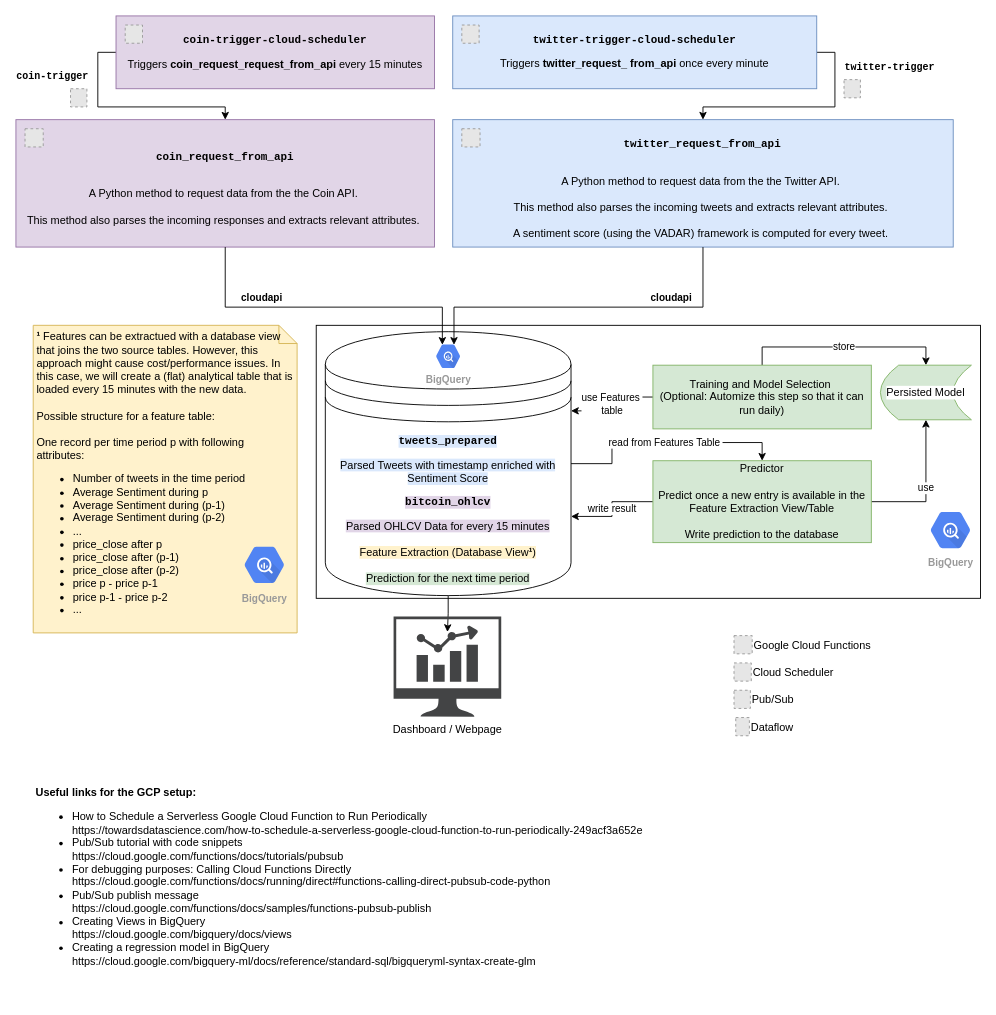
The draw.io diagram page "All in one" (1 of 6) of documentation/DataFlow.drawio in ptgrigorov27/TheMask, before the edit. Source tidied: cells renumbered, new cells numbered last; positions are measured from the earlier drawing's top-left corner, leaving out a move shared by most shapes. Both pictures are drawn from the tidied source at 91%, with x=0, y=0 at pixel (15, 15). Pictures stored in the file or linked from it are replaced by grey dashed boxes.
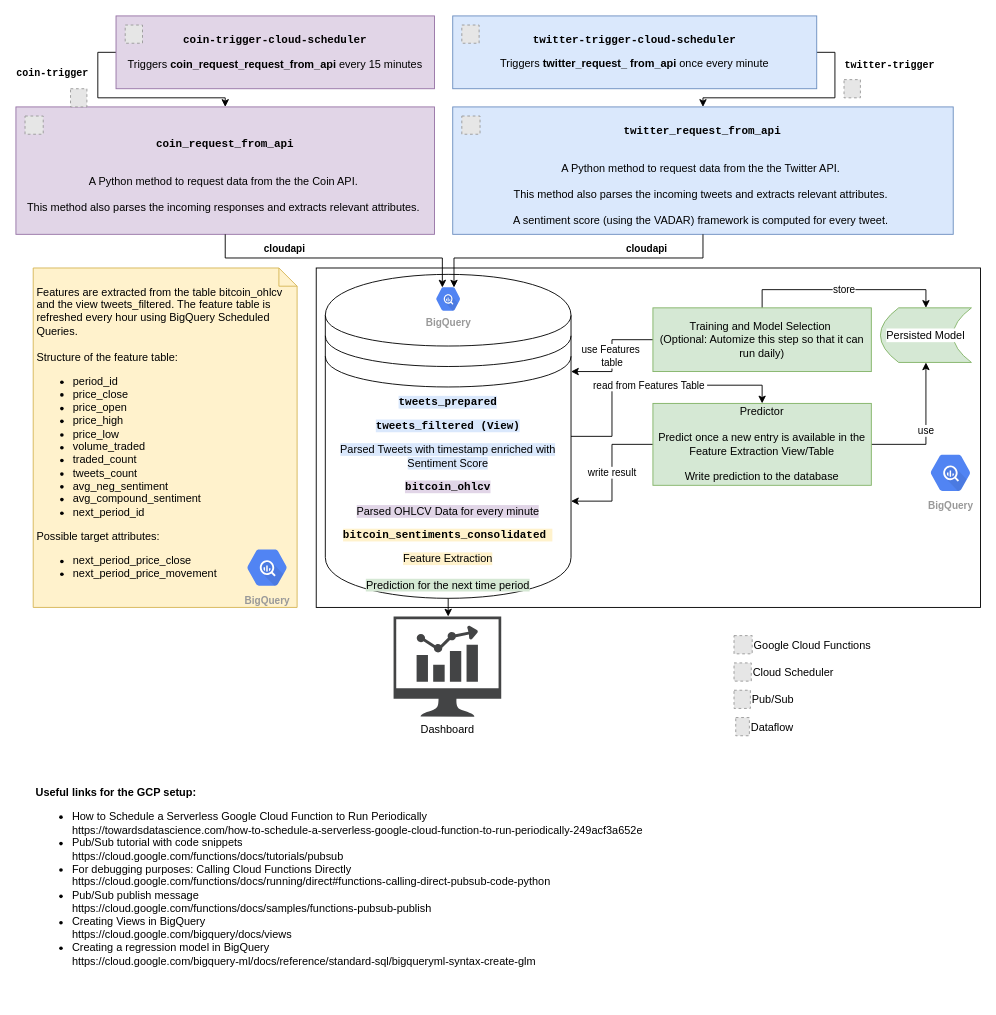
After the change.

The change refers to these unchanged cells:
```xml
<mxCell id="9" value="&lt;pre&gt;&lt;b&gt;coin-trigger-cloud-scheduler&lt;/b&gt;&lt;/pre&gt;&lt;p&gt;Triggers&amp;nbsp;&lt;b&gt;coin_&lt;/b&gt;&lt;b&gt;request_&lt;/b&gt;&lt;b&gt;request_&lt;/b&gt;&lt;b style=&quot;font-family: &amp;#34;helvetica&amp;#34;&quot;&gt;from_api &lt;/b&gt;&lt;span style=&quot;font-family: &amp;#34;helvetica&amp;#34;&quot;&gt;every 15 minutes&lt;/span&gt;&lt;/p&gt;&lt;p&gt;&lt;/p&gt;" style="rounded=0;whiteSpace=wrap;html=1;fillColor=#e1d5e7;strokeColor=#9673a6;" parent="1" vertex="1">
  <mxGeometry x="110" width="350" height="80" as="geometry" />
</mxCell>
<mxCell id="32" value="&lt;pre&gt;&lt;pre&gt;&lt;b&gt;twitter-trigger-cloud-scheduler&lt;/b&gt;&lt;/pre&gt;&lt;span style=&quot;font-family: &amp;#34;helvetica&amp;#34;&quot;&gt;Triggers&amp;nbsp;&lt;/span&gt;&lt;b style=&quot;font-family: &amp;#34;helvetica&amp;#34;&quot;&gt;twitter_&lt;/b&gt;&lt;b style=&quot;font-family: &amp;#34;helvetica&amp;#34;&quot;&gt;request_&amp;nbsp;&lt;/b&gt;&lt;b style=&quot;font-family: &amp;#34;helvetica&amp;#34;&quot;&gt;from_api&amp;nbsp;&lt;/b&gt;&lt;span style=&quot;font-family: &amp;#34;helvetica&amp;#34;&quot;&gt;once every minute&lt;/span&gt;&lt;br&gt;&lt;/pre&gt;&lt;p&gt;&lt;/p&gt;" style="rounded=0;whiteSpace=wrap;html=1;fillColor=#dae8fc;strokeColor=#6c8ebf;" parent="1" vertex="1">
  <mxGeometry x="480" width="400" height="80" as="geometry" />
</mxCell>
```

Change to the diagram source:
```diff
@@
     <mxCell id="2" style="rounded=0;whiteSpace=wrap;html=1;" parent="1" vertex="1">
-      <mxGeometry x="330" y="340" width="730" height="300" as="geometry" />
+      <mxGeometry x="330" y="277" width="730" height="373" as="geometry" />
     </mxCell>
@@
     <mxCell id="4" style="edgeStyle=orthogonalEdgeStyle;rounded=0;jettySize=auto;html=1;exitX=0.5;exitY=1;exitDx=0;exitDy=0;fontColor=#000000;" parent="1" edge="1" source="5">
       <mxGeometry relative="1" as="geometry">
-        <mxPoint x="474.2" y="677" as="targetPoint" />
+        <mxPoint x="474.2" y="614" as="targetPoint" />
       </mxGeometry>
     </mxCell>
+    <mxCell id="38" style="edgeStyle=orthogonalEdgeStyle;rounded=0;jettySize=auto;html=1;exitX=0.5;exitY=1;exitDx=0;exitDy=0;" parent="1" edge="1" source="5" target="20">
+      <mxGeometry relative="1" as="geometry" />
+    </mxCell>
-    <mxCell id="5" value="&lt;pre&gt;&lt;span style=&quot;background-color: rgb(218 , 232 , 252)&quot;&gt;&lt;b&gt;tweets_prepared&lt;/b&gt;&lt;/span&gt;&lt;/pre&gt;&lt;span style=&quot;background-color: rgb(218 , 232 , 252)&quot;&gt;Parsed Tweets with timestamp enriched with Sentiment Score&lt;/span&gt;&lt;span style=&quot;background-color: rgb(225 , 213 , 231)&quot;&gt;&lt;br&gt;&lt;/span&gt;&lt;pre&gt;&lt;span style=&quot;background-color: rgb(225 , 213 , 231)&quot;&gt;&lt;b&gt;bitcoin_ohlcv&lt;/b&gt;&lt;/span&gt;&lt;/pre&gt;&lt;span style=&quot;background-color: rgb(225 , 213 , 231)&quot;&gt;Parsed OHLCV Data for every 15 minutes&lt;br&gt;&lt;/span&gt;&lt;br&gt;&lt;font style=&quot;background-color: rgb(255 , 242 , 204)&quot;&gt;Feature Extraction (Database View&lt;b&gt;¹&lt;/b&gt;)&lt;br&gt;&lt;/font&gt;&lt;br&gt;&lt;span style=&quot;background-color: rgb(213 , 232 , 212)&quot;&gt;Prediction for the next time period&lt;/span&gt;" style="shape=datastore;whiteSpace=wrap;html=1;" parent="1" vertex="1">
-      <mxGeometry x="340" y="347" width="270" height="290" as="geometry" />
+    <mxCell id="5" value="&lt;pre&gt;&lt;pre&gt;&lt;span style=&quot;background-color: rgb(218 , 232 , 252)&quot;&gt;&lt;b&gt;tweets_prepared&lt;/b&gt;&lt;/span&gt;&lt;/pre&gt;&lt;span style=&quot;background-color: rgb(218 , 232 , 252)&quot;&gt;&lt;b&gt;tweets_filtered (View)&lt;/b&gt;&lt;/span&gt;&lt;/pre&gt;&lt;span style=&quot;background-color: rgb(218 , 232 , 252)&quot;&gt;Parsed Tweets with timestamp enriched with Sentiment Score&lt;/span&gt;&lt;span style=&quot;background-color: rgb(225 , 213 , 231)&quot;&gt;&lt;br&gt;&lt;/span&gt;&lt;pre&gt;&lt;span style=&quot;background-color: rgb(225 , 213 , 231)&quot;&gt;&lt;b&gt;bitcoin_ohlcv&lt;/b&gt;&lt;/span&gt;&lt;/pre&gt;&lt;span style=&quot;background-color: rgb(225 , 213 , 231)&quot;&gt;Parsed OHLCV Data for every minute&lt;/span&gt;&lt;font style=&quot;background-color: rgb(255 , 242 , 204)&quot;&gt;&lt;br&gt;&lt;/font&gt;&lt;pre&gt;&lt;font style=&quot;background-color: rgb(255 , 242 , 204)&quot;&gt;&lt;span class=&quot;cfc-tree-template-entry ng-tns-c981-41&quot;&gt;&lt;span class=&quot;cfc-tree-projected-content ng-tns-c981-41&quot;&gt;&lt;span class=&quot;cfc-truncated-text cfc-flex-grow-content cfc-font-weight-bold resource-tree-row-content ace-tooltip-disable-user-select-on-touch-device&quot;&gt;&lt;b&gt;bitcoin_sentiments_consolidated&lt;/b&gt;&amp;nbsp;&lt;/span&gt;&lt;/span&gt;&lt;/span&gt;&lt;/font&gt;&lt;/pre&gt;&lt;font style=&quot;background-color: rgb(255 , 242 , 204)&quot;&gt;Feature Extraction&lt;br&gt;&lt;/font&gt;&lt;br&gt;&lt;span style=&quot;background-color: rgb(213 , 232 , 212)&quot;&gt;Prediction for the next time period&lt;/span&gt;" style="shape=datastore;whiteSpace=wrap;html=1;" parent="1" vertex="1">
+      <mxGeometry x="340" y="284" width="270" height="356" as="geometry" />
     </mxCell>
     <mxCell id="6" value="&lt;pre&gt;&lt;b&gt;coin_request_from_api&lt;/b&gt;&lt;/pre&gt;&lt;br&gt;A Python method to request data from the the Coin API.&amp;nbsp;&lt;br&gt;&lt;br&gt;This method also parses the incoming responses and extracts relevant attributes.&amp;nbsp;" style="rounded=0;whiteSpace=wrap;html=1;fillColor=#e1d5e7;strokeColor=#9673a6;spacingLeft=8;spacingRight=8;" parent="1" vertex="1">
-      <mxGeometry y="114" width="460" height="140" as="geometry" />
+      <mxGeometry y="100" width="460" height="140" as="geometry" />
     </mxCell>
     <mxCell id="7" value="&lt;div&gt;&lt;b&gt;cloudapi&lt;/b&gt;&lt;/div&gt;" style="edgeStyle=orthogonalEdgeStyle;rounded=0;jettySize=auto;html=1;exitX=0.5;exitY=1;exitDx=0;exitDy=0;entryX=0.34;entryY=0.17;entryDx=0;entryDy=0;fontColor=#000000;entryPerimeter=0;fontFamily=Helvetica;labelBackgroundColor=none;" parent="1" edge="1" source="6" target="28">
       <mxGeometry x="-0.39" y="10" relative="1" as="geometry">
         <Array as="points">
-          <mxPoint x="230" y="320" />
-          <mxPoint x="469" y="320" />
+          <mxPoint x="230" y="266" />
+          <mxPoint x="469" y="266" />
         </Array>
       </mxGeometry>
     </mxCell>
     <mxCell id="8" value="&lt;pre&gt;&lt;b&gt;coin-trigger&lt;/b&gt;&lt;/pre&gt;" style="edgeStyle=orthogonalEdgeStyle;rounded=0;jettySize=auto;html=1;exitX=0;exitY=0.5;exitDx=0;exitDy=0;entryX=0.5;entryY=0;entryDx=0;entryDy=0;" parent="1" edge="1" source="9" target="6">
-      <mxGeometry x="-0.6" y="-50" relative="1" as="geometry" />
+      <mxGeometry x="-0.6" y="-50" relative="1" as="geometry">
+        <Array as="points">
+          <mxPoint x="90" y="40" />
+          <mxPoint x="90" y="90" />
+          <mxPoint x="230" y="90" />
+        </Array>
+      </mxGeometry>
     </mxCell>
@@
     <mxCell id="10" value="&lt;pre&gt;&lt;b&gt;twitter_request_from_api&lt;/b&gt;&lt;/pre&gt;&lt;br&gt;A Python method to request data from the the Twitter API.&amp;nbsp;&lt;br&gt;&lt;br&gt;This method also parses the incoming tweets and extracts relevant attributes.&amp;nbsp;&lt;br&gt;&lt;br&gt;A sentiment score (using the VADAR) framework is computed for every tweet.&amp;nbsp;" style="rounded=0;whiteSpace=wrap;html=1;fillColor=#dae8fc;strokeColor=#6c8ebf;spacingLeft=8;spacingRight=9;" parent="1" vertex="1">
-      <mxGeometry x="480" y="114" width="550" height="140" as="geometry" />
+      <mxGeometry x="480" y="100" width="550" height="140" as="geometry" />
     </mxCell>
@@
     <mxCell id="12" value="&lt;pre&gt;&lt;b&gt;twitter-trigger&lt;/b&gt;&lt;/pre&gt;" style="edgeStyle=orthogonalEdgeStyle;rounded=0;jettySize=auto;html=1;exitX=1;exitY=0.5;exitDx=0;exitDy=0;" parent="1" edge="1" source="32" target="10">
-      <mxGeometry x="-0.69" y="60" relative="1" as="geometry" />
+      <mxGeometry x="-0.69" y="60" relative="1" as="geometry">
+        <Array as="points">
+          <mxPoint x="900" y="40" />
+          <mxPoint x="900" y="90" />
+          <mxPoint x="755" y="90" />
+        </Array>
+      </mxGeometry>
     </mxCell>
@@
     <mxCell id="15" value="Training and Model Selection&amp;nbsp;&lt;br&gt;(Optional: Automize this step so that it can run daily)" style="rounded=0;whiteSpace=wrap;html=1;fillColor=#d5e8d4;strokeColor=#82b366;" parent="1" vertex="1">
-      <mxGeometry x="700" y="383.8" width="240" height="70" as="geometry" />
+      <mxGeometry x="700" y="320.8" width="240" height="70" as="geometry" />
     </mxCell>
     <mxCell id="16" value="Persisted Model" style="shape=dataStorage;whiteSpace=wrap;html=1;fixedSize=1;labelBackgroundColor=#FFFFFF;fillColor=#d5e8d4;strokeColor=#82b366;" parent="1" vertex="1">
-      <mxGeometry x="950" y="383.8" width="100" height="60" as="geometry" />
+      <mxGeometry x="950" y="320.8" width="100" height="60" as="geometry" />
     </mxCell>
@@
     <mxCell id="19" value="Predictor&lt;br&gt;&lt;br&gt;Predict once a new entry is available in the Feature Extraction View/Table&lt;br&gt;&lt;br&gt;Write prediction to the database" style="rounded=0;whiteSpace=wrap;html=1;fillColor=#d5e8d4;strokeColor=#82b366;" parent="1" vertex="1">
-      <mxGeometry x="700" y="488.8" width="240" height="90" as="geometry" />
+      <mxGeometry x="700" y="425.8" width="240" height="90" as="geometry" />
     </mxCell>
-    <mxCell id="20" value="Dashboard / Webpage" style="sketch=0;shadow=0;dashed=0;html=1;strokeColor=none;fillColor=#434445;labelPosition=center;verticalLabelPosition=bottom;verticalAlign=top;align=center;outlineConnect=0;shape=mxgraph.vvd.nsx_dashboard;labelBackgroundColor=#FFFFFF;fontColor=#000000;" parent="1" vertex="1">
+    <mxCell id="20" value="Dashboard" style="sketch=0;shadow=0;dashed=0;html=1;strokeColor=none;fillColor=#434445;labelPosition=center;verticalLabelPosition=bottom;verticalAlign=top;align=center;outlineConnect=0;shape=mxgraph.vvd.nsx_dashboard;labelBackgroundColor=#FFFFFF;fontColor=#000000;" parent="1" vertex="1">
       <mxGeometry x="415" y="660" width="118.3" height="110" as="geometry" />
     </mxCell>
-    <mxCell id="21" value="&lt;b&gt;¹&lt;/b&gt;&amp;nbsp;Features can be extractued with a database view that joins the two source tables. However, this approach might cause cost/performance issues. In this case, we will create a (flat) analytical table that is loaded every 15 minutes with the new data.&amp;nbsp;&lt;br&gt;&lt;br&gt;Possible structure for a feature table:&amp;nbsp;&lt;br&gt;&lt;br&gt;One record per time period p with following attributes:&lt;br&gt;&lt;ul&gt;&lt;li&gt;Number of tweets in the time period&amp;nbsp;&lt;/li&gt;&lt;li&gt;Average Sentiment during p&lt;/li&gt;&lt;li&gt;Average Sentiment during (p-1)&lt;/li&gt;&lt;li&gt;Average Sentiment during (p-2)&lt;/li&gt;&lt;li&gt;...&lt;/li&gt;&lt;li&gt;price_close after p&lt;/li&gt;&lt;li&gt;price_close after (p-1)&lt;/li&gt;&lt;li&gt;price_close after (p-2)&lt;/li&gt;&lt;li&gt;price p - price p-1&lt;/li&gt;&lt;li&gt;price p-1 - price p-2&lt;/li&gt;&lt;li&gt;...&lt;/li&gt;&lt;/ul&gt;" style="shape=note;size=20;whiteSpace=wrap;html=1;align=left;fillColor=#fff2cc;strokeColor=#d6b656;sketch=0;spacingTop=2;spacingLeft=2;spacingBottom=2;spacingRight=2;" parent="1" vertex="1">
-      <mxGeometry x="19" y="340" width="290" height="338" as="geometry" />
+    <mxCell id="21" value="Features are extracted from the table bitcoin_ohlcv and the view tweets_filtered. The feature table is refreshed every hour using BigQuery Scheduled Queries.&amp;nbsp;&lt;br&gt;&lt;br&gt;Structure of the feature table:&amp;nbsp;&lt;span&gt;&amp;nbsp;&lt;/span&gt;&lt;br&gt;&lt;ul&gt;&lt;li&gt;period_id&lt;/li&gt;&lt;li&gt;price_close&lt;/li&gt;&lt;li&gt;price_open&lt;/li&gt;&lt;li&gt;price_high&lt;/li&gt;&lt;li&gt;price_low&lt;/li&gt;&lt;li&gt;volume_traded&lt;/li&gt;&lt;li&gt;traded_count&lt;/li&gt;&lt;li&gt;tweets_count&lt;/li&gt;&lt;li&gt;avg_neg_sentiment&lt;/li&gt;&lt;li&gt;avg_compound_sentiment&lt;/li&gt;&lt;li&gt;next_period_id&lt;/li&gt;&lt;/ul&gt;&lt;div&gt;Possible target attributes:&amp;nbsp;&lt;/div&gt;&lt;ul&gt;&lt;li&gt;next_period_price_close&lt;/li&gt;&lt;li&gt;next_period_price_movement&lt;/li&gt;&lt;/ul&gt;" style="shape=note;size=20;whiteSpace=wrap;html=1;align=left;fillColor=#fff2cc;strokeColor=#d6b656;sketch=0;spacingTop=2;spacingLeft=2;spacingBottom=2;spacingRight=2;" parent="1" vertex="1">
+      <mxGeometry x="19" y="277" width="290" height="373" as="geometry" />
     </mxCell>
     <mxCell id="22" style="fillColor=#E6E6E6;strokeColor=#999999;dashed=1;verticalLabelPosition=bottom;labelBackgroundColor=#ffffff;verticalAlign=top;" parent="1" vertex="1">
-      <mxGeometry x="490" y="124" width="20" height="20" as="geometry" />
+      <mxGeometry x="490" y="110" width="20" height="20" as="geometry" />
     </mxCell>
@@
     <mxCell id="24" style="fillColor=#E6E6E6;strokeColor=#999999;dashed=1;verticalLabelPosition=bottom;labelBackgroundColor=#ffffff;verticalAlign=top;" parent="1" vertex="1">
-      <mxGeometry x="10" y="124" width="20" height="20" as="geometry" />
+      <mxGeometry x="10" y="110" width="20" height="20" as="geometry" />
     </mxCell>
@@
     <mxCell id="28" value="BigQuery" style="sketch=0;html=1;fillColor=#5184F3;strokeColor=none;verticalAlign=top;labelPosition=center;verticalLabelPosition=bottom;align=center;spacingTop=-6;fontSize=11;fontStyle=1;fontColor=#999999;shape=mxgraph.gcp2.hexIcon;prIcon=bigquery;" parent="1" vertex="1">
-      <mxGeometry x="455" y="355" width="40" height="38" as="geometry" />
+      <mxGeometry x="455" y="292" width="40" height="38" as="geometry" />
     </mxCell>
     <mxCell id="29" value="BigQuery" style="sketch=0;html=1;fillColor=#5184F3;strokeColor=none;verticalAlign=top;labelPosition=center;verticalLabelPosition=bottom;align=center;spacingTop=-6;fontSize=11;fontStyle=1;fontColor=#999999;shape=mxgraph.gcp2.hexIcon;prIcon=bigquery;" parent="1" vertex="1">
-      <mxGeometry x="994" y="535.8" width="66" height="58.5" as="geometry" />
+      <mxGeometry x="994" y="472.8" width="66" height="58.5" as="geometry" />
     </mxCell>
     <mxCell id="30" value="BigQuery" style="sketch=0;html=1;fillColor=#5184F3;strokeColor=none;verticalAlign=top;labelPosition=center;verticalLabelPosition=bottom;align=center;spacingTop=-6;fontSize=11;fontStyle=1;fontColor=#999999;shape=mxgraph.gcp2.hexIcon;prIcon=bigquery;" parent="1" vertex="1">
-      <mxGeometry x="240" y="574" width="66" height="58.5" as="geometry" />
+      <mxGeometry x="243" y="577" width="66" height="58.5" as="geometry" />
     </mxCell>
@@
     <mxCell id="37" value="&lt;div&gt;&lt;b&gt;cloudapi&lt;/b&gt;&lt;/div&gt;" style="edgeStyle=orthogonalEdgeStyle;rounded=0;jettySize=auto;html=1;exitX=0.5;exitY=1;exitDx=0;exitDy=0;fontColor=#000000;fontFamily=Helvetica;labelBackgroundColor=none;entryX=0.66;entryY=0.17;entryDx=0;entryDy=0;entryPerimeter=0;" parent="1" edge="1" source="10" target="28">
       <mxGeometry x="-0.47" y="-10" relative="1" as="geometry">
         <Array as="points">
-          <mxPoint x="755" y="320" />
-          <mxPoint x="481" y="320" />
+          <mxPoint x="755" y="266" />
+          <mxPoint x="481" y="266" />
         </Array>
       </mxGeometry>
     </mxCell>
```
